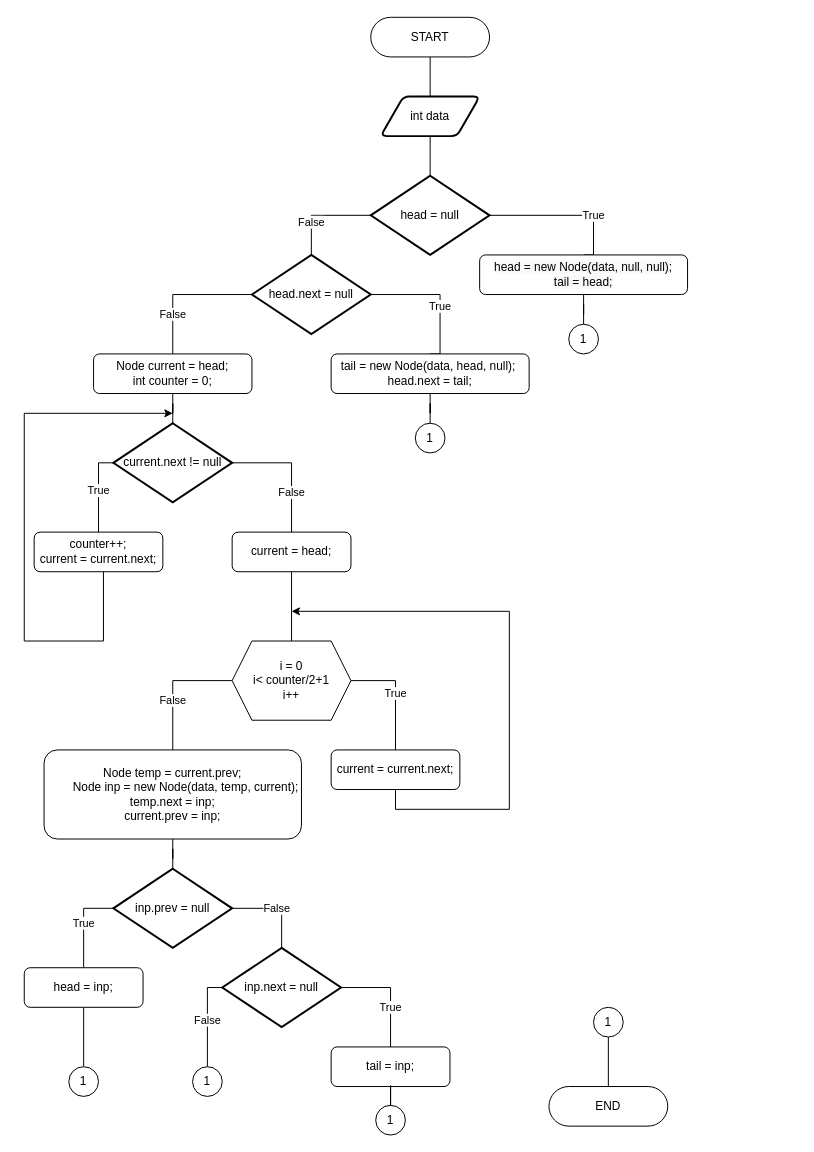
This is Lab_04/4_lab.drawio from Alehanderio/ads-dryha-kp11, a draw.io file, before an edit. Source tidied: cells renumbered, new cells numbered last; positions are measured from the earlier drawing's top-left corner, leaving out a move shared by most shapes. Both pictures are drawn from the tidied source at 99%, with x=0, y=0 at pixel (24, 17).
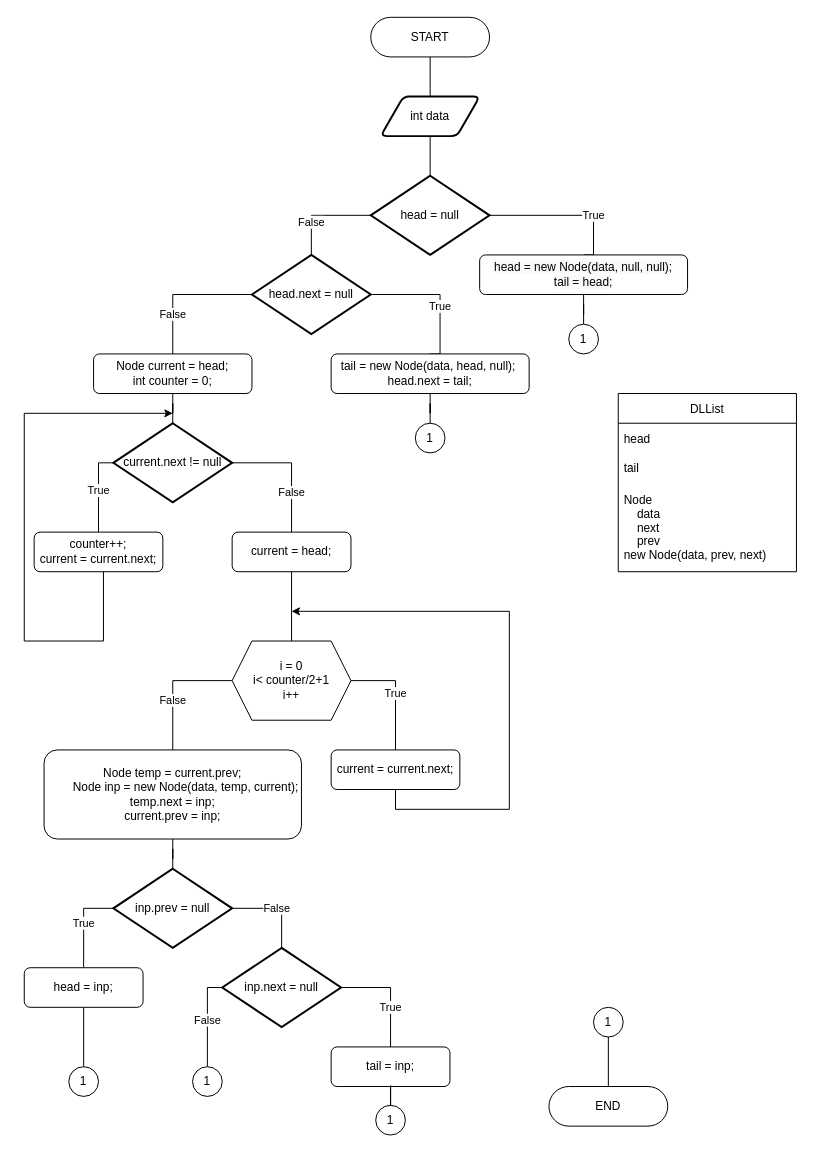
Above is the later version.

The edit, as a diff of the source:
```diff
@@
+    <mxCell id="50" value="DLList" style="swimlane;fontStyle=0;horizontal=1;startSize=30;" parent="1" vertex="1">
+      <mxGeometry x="600" y="380" width="180" height="180" as="geometry" />
+    </mxCell>
+    <mxCell id="51" value="head" style="text;strokeColor=none;fillColor=none;align=left;verticalAlign=middle;spacingLeft=4;spacingRight=4;overflow=hidden;" parent="50" vertex="1">
+      <mxGeometry y="30" width="180" height="30" as="geometry" />
+    </mxCell>
+    <mxCell id="52" value="tail" style="text;strokeColor=none;fillColor=none;align=left;verticalAlign=middle;spacingLeft=4;spacingRight=4;overflow=hidden;" parent="50" vertex="1">
+      <mxGeometry y="60" width="180" height="30" as="geometry" />
+    </mxCell>
+    <mxCell id="53" value="Node&#10;    data&#10;    next&#10;    prev&#10;new Node(data, prev, next)" style="text;strokeColor=none;fillColor=none;align=left;verticalAlign=middle;spacingLeft=4;spacingRight=4;overflow=hidden;" parent="50" vertex="1">
+      <mxGeometry y="90" width="180" height="90" as="geometry" />
+    </mxCell>
```
